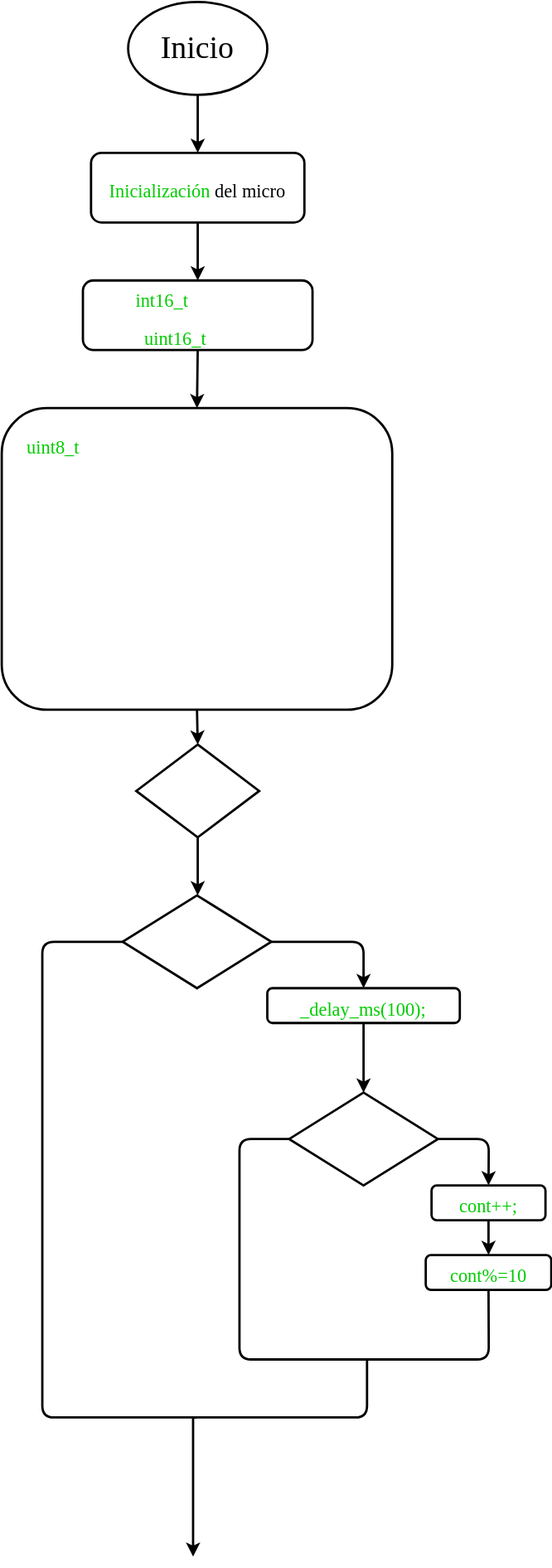
Kourii/tp4-kourii keeps this draw.io diagram as diagrama.drawio.svg. Above is the earlier version. Source tidied: cells renumbered, new cells last; positions are measured from the earlier drawing's top-left corner, leaving out a move shared by most shapes.
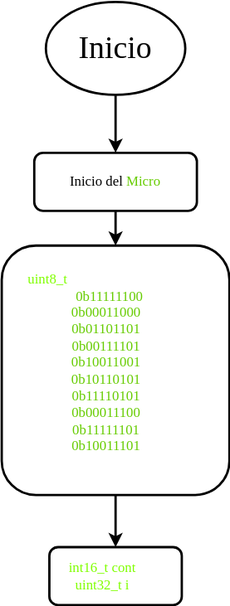
After the commit.

Diff of the diagram source:
```diff
@@ -2,123 +2,28 @@
   <root>
     <mxCell id="0" />
     <mxCell id="1" parent="0" />
-    <mxCell id="2" style="edgeStyle=none;html=1;exitX=0.5;exitY=1;exitDx=0;exitDy=0;entryX=0.5;entryY=0;entryDx=0;entryDy=0;fontFamily=Monocraft;fontSize=27;strokeWidth=2;" parent="1" edge="1" source="3" target="5">
-      <mxGeometry relative="1" as="geometry" />
+    <mxCell id="2" style="edgeStyle=none;html=1;exitX=0.5;exitY=1;exitDx=0;exitDy=0;entryX=0.5;entryY=0;entryDx=0;entryDy=0;fontFamily=Monocraft;fontSize=27;strokeWidth=2;labelBorderColor=none;" parent="1" edge="1" source="3">
+      <mxGeometry relative="1" as="geometry">
+        <mxPoint x="169" y="130" as="targetPoint" />
+      </mxGeometry>
     </mxCell>
-    <mxCell id="3" value="&lt;font style=&quot;font-size: 27px&quot; face=&quot;Monocraft&quot;&gt;Inicio&lt;/font&gt;" style="ellipse;whiteSpace=wrap;html=1;fillColor=default;strokeColor=default;gradientColor=none;strokeWidth=2;fontFamily=Monocraft;" parent="1" vertex="1">
+    <mxCell id="3" value="&lt;font style=&quot;font-size: 27px&quot; face=&quot;Monocraft&quot;&gt;Inicio&lt;/font&gt;" style="ellipse;whiteSpace=wrap;html=1;fillColor=default;strokeColor=default;gradientColor=none;strokeWidth=2;fontFamily=Monocraft;labelBorderColor=none;" parent="1" vertex="1">
       <mxGeometry x="109" width="120" height="80" as="geometry" />
     </mxCell>
-    <mxCell id="4" style="edgeStyle=none;html=1;exitX=0.5;exitY=1;exitDx=0;exitDy=0;fontFamily=Lucida Console;fontSize=16;fontColor=#00CC00;strokeWidth=2;" parent="1" edge="1" source="5">
-      <mxGeometry relative="1" as="geometry">
-        <mxPoint x="169" y="240" as="targetPoint" />
-      </mxGeometry>
-    </mxCell>
-    <mxCell id="5" value="&lt;font style=&quot;font-size: 16px&quot;&gt;&lt;font color=&quot;#00cc00&quot;&gt;Inicialización&lt;/font&gt; del micro&lt;/font&gt;" style="rounded=1;whiteSpace=wrap;html=1;fontFamily=Monocraft;fontSize=27;strokeColor=default;strokeWidth=2;fillColor=default;gradientColor=none;" parent="1" vertex="1">
-      <mxGeometry x="77" y="130" width="184" height="60" as="geometry" />
-    </mxCell>
-    <mxCell id="6" style="edgeStyle=none;html=1;exitX=0.5;exitY=1;exitDx=0;exitDy=0;entryX=0.5;entryY=0;entryDx=0;entryDy=0;fontFamily=Lucida Console;fontSize=16;fontColor=#FFFFFF;strokeWidth=2;" parent="1" edge="1" source="7" target="9">
-      <mxGeometry relative="1" as="geometry" />
-    </mxCell>
-    <mxCell id="7" value="&lt;span style=&quot;font-size: 16px&quot;&gt;&lt;font color=&quot;#00cc00&quot;&gt;int16_t &lt;/font&gt;&lt;font color=&quot;#ffffff&quot;&gt;cont = 0;&lt;br&gt;&lt;/font&gt;&lt;/span&gt;&lt;font color=&quot;#00cc00&quot; style=&quot;font-size: 16px&quot;&gt;uint16_t &lt;/font&gt;&lt;font style=&quot;font-size: 16px&quot; color=&quot;#ffffff&quot;&gt;i&lt;/font&gt;&lt;font color=&quot;#ffffff&quot; style=&quot;font-size: 16px&quot;&gt;&amp;nbsp;= 0;&lt;/font&gt;&lt;span style=&quot;font-size: 16px&quot;&gt;&lt;font color=&quot;#ffffff&quot;&gt;&lt;br&gt;&lt;/font&gt;&lt;/span&gt;" style="rounded=1;whiteSpace=wrap;html=1;fontFamily=Monocraft;fontSize=27;strokeColor=default;strokeWidth=2;fillColor=default;gradientColor=none;" parent="1" vertex="1">
-      <mxGeometry x="70" y="240" width="198" height="60" as="geometry" />
-    </mxCell>
-    <mxCell id="8" style="edgeStyle=none;html=1;exitX=0.5;exitY=1;exitDx=0;exitDy=0;entryX=0.5;entryY=0;entryDx=0;entryDy=0;fontFamily=Lucida Console;fontSize=16;fontColor=#CC6600;strokeWidth=2;" parent="1" edge="1" source="9" target="11">
-      <mxGeometry relative="1" as="geometry" />
-    </mxCell>
-    <mxCell id="9" value="&lt;font style=&quot;font-size: 16px&quot;&gt;&lt;div&gt;&lt;font color=&quot;#00cc00&quot;&gt;uint8_t &lt;/font&gt;&lt;font color=&quot;#ffffff&quot;&gt;Tabla_Digitos_7seg[] = {0b11111100,&lt;/font&gt;&lt;/div&gt;&lt;div&gt;&lt;font color=&quot;#ffffff&quot;&gt;&lt;span&gt;&#9;&#9;&#9;&#9;&#9;&#9;&#9;&#9;&lt;/span&gt;0b00011000,&lt;/font&gt;&lt;/div&gt;&lt;div&gt;&lt;font color=&quot;#ffffff&quot;&gt;&lt;span&gt;&#9;&#9;&#9;&#9;&#9;&#9;&#9;&#9;&lt;/span&gt;0b01101101,&lt;/font&gt;&lt;/div&gt;&lt;div&gt;&lt;font color=&quot;#ffffff&quot;&gt;&lt;span&gt;&#9;&#9;&#9;&#9;&#9;&#9;&#9;&#9;&lt;/span&gt;0b00111101,&lt;/font&gt;&lt;/div&gt;&lt;div&gt;&lt;font color=&quot;#ffffff&quot;&gt;&lt;span&gt;&#9;&#9;&#9;&#9;&#9;&#9;&#9;&#9;&lt;/span&gt;0b10011001,&lt;/font&gt;&lt;/div&gt;&lt;div&gt;&lt;font color=&quot;#ffffff&quot;&gt;&lt;span&gt;&#9;&#9;&#9;&#9;&#9;&#9;&#9;&#9;&lt;/span&gt;0b10110101,&lt;/font&gt;&lt;/div&gt;&lt;div&gt;&lt;font color=&quot;#ffffff&quot;&gt;&lt;span&gt;&#9;&#9;&#9;&#9;&#9;&#9;&#9;&#9;&lt;/span&gt;0b11110101,&lt;/font&gt;&lt;/div&gt;&lt;div&gt;&lt;font color=&quot;#ffffff&quot;&gt;&lt;span&gt;&#9;&#9;&#9;&#9;&#9;&#9;&#9;&#9;&lt;/span&gt;0b00011100,&lt;/font&gt;&lt;/div&gt;&lt;div&gt;&lt;font color=&quot;#ffffff&quot;&gt;&lt;span&gt;&#9;&#9;&#9;&#9;&#9;&#9;&#9;&#9;&lt;/span&gt;0b11111101,&lt;/font&gt;&lt;/div&gt;&lt;div&gt;&lt;font color=&quot;#ffffff&quot;&gt;&lt;span&gt;&#9;&#9;&#9;&#9;&#9;&#9;&#9;&#9;&lt;/span&gt;0b10011101&amp;nbsp;&lt;/font&gt;&lt;/div&gt;&lt;div&gt;&#9;&#9;&#9;&#9;&#9;&#9;&#9;&#9;&lt;font color=&quot;#ffffff&quot;&gt;};&lt;/font&gt;&lt;/div&gt;&lt;/font&gt;" style="rounded=1;whiteSpace=wrap;html=1;fontFamily=Monocraft;fontSize=27;strokeColor=default;strokeWidth=2;fillColor=default;gradientColor=none;" parent="1" vertex="1">
-      <mxGeometry y="350" width="336.8" height="260" as="geometry" />
-    </mxCell>
-    <mxCell id="10" style="edgeStyle=none;html=1;exitX=0.5;exitY=1;exitDx=0;exitDy=0;fontFamily=Lucida Console;fontSize=16;fontColor=#CC6600;strokeWidth=2;" parent="1" edge="1" source="11">
-      <mxGeometry relative="1" as="geometry">
-        <mxPoint x="169" y="770" as="targetPoint" />
-      </mxGeometry>
-    </mxCell>
-    <mxCell id="11" style="rhombus;whiteSpace=wrap;html=1;labelBackgroundColor=#4D4D4D;fontFamily=Lucida Console;fontSize=16;fontColor=#CC6600;strokeColor=default;strokeWidth=2;fillColor=default;gradientColor=none;" parent="1" vertex="1">
-      <mxGeometry x="116" y="640" width="106" height="80" as="geometry" />
-    </mxCell>
-    <mxCell id="12" style="edgeStyle=none;html=1;exitX=1;exitY=0.5;exitDx=0;exitDy=0;entryX=0.5;entryY=0;entryDx=0;entryDy=0;fontFamily=Monocraft;fontSize=16;fontColor=#FFFFFF;strokeWidth=2;" parent="1" edge="1" source="15" target="17">
-      <mxGeometry relative="1" as="geometry">
-        <Array as="points">
-          <mxPoint x="312" y="810" />
-        </Array>
-      </mxGeometry>
-    </mxCell>
-    <mxCell id="13" style="edgeStyle=none;html=1;exitX=0;exitY=0.5;exitDx=0;exitDy=0;fontFamily=Monocraft;fontSize=16;fontColor=#FFFFFF;strokeWidth=2;entryX=0.5;entryY=0;entryDx=0;entryDy=0;strokeColor=none;" parent="1" edge="1" source="15" target="20">
-      <mxGeometry relative="1" as="geometry">
-        <Array as="points">
-          <mxPoint x="25" y="810" />
-          <mxPoint x="25" y="940" />
-        </Array>
-      </mxGeometry>
-    </mxCell>
-    <mxCell id="14" style="edgeStyle=none;html=1;exitX=0;exitY=0.5;exitDx=0;exitDy=0;fontFamily=Monocraft;fontSize=16;fontColor=#FFFFFF;endArrow=none;endFill=0;strokeColor=default;strokeWidth=2;" parent="1" edge="1" source="15">
-      <mxGeometry relative="1" as="geometry">
-        <mxPoint x="168" y="1220" as="targetPoint" />
-        <Array as="points">
-          <mxPoint x="35" y="810" />
-          <mxPoint x="35" y="1220" />
-        </Array>
-      </mxGeometry>
-    </mxCell>
-    <mxCell id="15" value="bot1 == 0" style="rhombus;whiteSpace=wrap;html=1;labelBackgroundColor=none;fontFamily=Monocraft;fontSize=16;fontColor=#FFFFFF;strokeColor=default;strokeWidth=2;fillColor=default;gradientColor=none;" parent="1" vertex="1">
-      <mxGeometry x="104.2" y="770" width="128.2" height="80" as="geometry" />
-    </mxCell>
-    <mxCell id="16" style="edgeStyle=none;html=1;exitX=0.5;exitY=1;exitDx=0;exitDy=0;entryX=0.5;entryY=0;entryDx=0;entryDy=0;fontFamily=Monocraft;fontSize=16;fontColor=#FFFFFF;strokeWidth=2;" parent="1" edge="1" source="17" target="20">
-      <mxGeometry relative="1" as="geometry" />
-    </mxCell>
-    <mxCell id="17" value="&lt;font color=&quot;#00cc00&quot;&gt;&lt;span style=&quot;font-size: 16px&quot;&gt;_delay_ms(100);&lt;/span&gt;&lt;/font&gt;" style="rounded=1;whiteSpace=wrap;html=1;fontFamily=Monocraft;fontSize=27;strokeColor=default;strokeWidth=2;fillColor=default;gradientColor=none;" parent="1" vertex="1">
-      <mxGeometry x="229" y="850" width="166" height="30" as="geometry" />
-    </mxCell>
-    <mxCell id="18" style="edgeStyle=none;html=1;exitX=1;exitY=0.5;exitDx=0;exitDy=0;entryX=0.5;entryY=0;entryDx=0;entryDy=0;fontFamily=Monocraft;fontSize=16;fontColor=#FFFFFF;endArrow=classic;endFill=1;strokeColor=default;strokeWidth=2;" parent="1" edge="1" source="20" target="22">
-      <mxGeometry relative="1" as="geometry">
-        <Array as="points">
-          <mxPoint x="420" y="980" />
-        </Array>
-      </mxGeometry>
-    </mxCell>
-    <mxCell id="19" style="edgeStyle=none;html=1;exitX=0;exitY=0.5;exitDx=0;exitDy=0;fontFamily=Monocraft;fontSize=16;fontColor=#FFFFFF;endArrow=none;endFill=0;strokeColor=default;strokeWidth=2;" parent="1" edge="1" source="20">
-      <mxGeometry relative="1" as="geometry">
-        <mxPoint x="395" y="1170" as="targetPoint" />
-        <Array as="points">
-          <mxPoint x="205" y="980" />
-          <mxPoint x="205" y="1170" />
-        </Array>
-      </mxGeometry>
-    </mxCell>
-    <mxCell id="20" value="bot1 == 0" style="rhombus;whiteSpace=wrap;html=1;labelBackgroundColor=none;fontFamily=Monocraft;fontSize=16;fontColor=#FFFFFF;strokeColor=default;strokeWidth=2;fillColor=default;gradientColor=none;" parent="1" vertex="1">
-      <mxGeometry x="247.9" y="940" width="128.2" height="80" as="geometry" />
-    </mxCell>
-    <mxCell id="21" style="edgeStyle=none;html=1;exitX=0.5;exitY=1;exitDx=0;exitDy=0;entryX=0.5;entryY=0;entryDx=0;entryDy=0;fontFamily=Monocraft;fontSize=16;fontColor=#FFFFFF;endArrow=classic;endFill=1;strokeColor=default;strokeWidth=2;" parent="1" edge="1" source="22" target="24">
-      <mxGeometry relative="1" as="geometry" />
-    </mxCell>
-    <mxCell id="22" value="&lt;font color=&quot;#00cc00&quot;&gt;&lt;span style=&quot;font-size: 16px&quot;&gt;cont++;&lt;/span&gt;&lt;/font&gt;" style="rounded=1;whiteSpace=wrap;html=1;fontFamily=Monocraft;fontSize=27;strokeColor=default;strokeWidth=2;fillColor=default;gradientColor=none;" parent="1" vertex="1">
-      <mxGeometry x="370.6" y="1020" width="98.2" height="30" as="geometry" />
-    </mxCell>
-    <mxCell id="23" style="edgeStyle=none;html=1;exitX=0.5;exitY=1;exitDx=0;exitDy=0;fontFamily=Monocraft;fontSize=16;fontColor=#FFFFFF;endArrow=none;endFill=0;strokeColor=default;strokeWidth=2;" parent="1" edge="1" source="24">
-      <mxGeometry relative="1" as="geometry">
-        <mxPoint x="315" y="1170" as="targetPoint" />
-        <Array as="points">
-          <mxPoint x="420" y="1170" />
-        </Array>
-      </mxGeometry>
-    </mxCell>
-    <mxCell id="24" value="&lt;font color=&quot;#00cc00&quot;&gt;&lt;span style=&quot;font-size: 16px&quot;&gt;cont%=10&lt;/span&gt;&lt;/font&gt;" style="rounded=1;whiteSpace=wrap;html=1;fontFamily=Monocraft;fontSize=27;strokeColor=default;strokeWidth=2;fillColor=default;gradientColor=none;" parent="1" vertex="1">
-      <mxGeometry x="365.6" y="1080" width="108.2" height="30" as="geometry" />
-    </mxCell>
-    <mxCell id="25" style="endArrow=none;html=1;fontFamily=Monocraft;fontSize=16;fontColor=#FFFFFF;strokeColor=default;strokeWidth=2;endFill=0;" parent="1" edge="1">
-      <mxGeometry relative="1" as="geometry">
-        <mxPoint x="315" y="1170" as="sourcePoint" />
-        <mxPoint x="165" y="1220" as="targetPoint" />
-        <Array as="points">
-          <mxPoint x="315" y="1220" />
-        </Array>
-      </mxGeometry>
-    </mxCell>
-    <mxCell id="26" style="endArrow=classic;html=1;fontFamily=Monocraft;fontSize=16;fontColor=#FFFFFF;strokeColor=default;strokeWidth=2;" parent="1" edge="1">
-      <mxGeometry relative="1" as="geometry">
-        <mxPoint x="165" y="1220" as="sourcePoint" />
-        <mxPoint x="165" y="1340" as="targetPoint" />
-      </mxGeometry>
-    </mxCell>
+    <mxCell id="27" style="edgeStyle=orthogonalEdgeStyle;rounded=0;jettySize=auto;html=1;exitX=0.5;exitY=1;exitDx=0;exitDy=0;fontFamily=Verdana;fontColor=#66CC00;labelBorderColor=none;strokeWidth=2;" parent="1" edge="1" source="28" target="30">
+      <mxGeometry relative="1" as="geometry" />
+    </mxCell>
+    <mxCell id="28" value="Inicio del &lt;font color=&quot;#66cc00&quot;&gt;Micro&lt;/font&gt;" style="rounded=1;whiteSpace=wrap;html=1;fontFamily=Verdana;labelBorderColor=none;strokeWidth=2;" parent="1" vertex="1">
+      <mxGeometry x="99" y="130" width="140" height="50" as="geometry" />
+    </mxCell>
+    <mxCell id="29" style="edgeStyle=orthogonalEdgeStyle;rounded=0;jettySize=auto;html=1;exitX=0.5;exitY=1;exitDx=0;exitDy=0;labelBorderColor=none;strokeWidth=2;fontFamily=Verdana;fontColor=#80FF00;" parent="1" edge="1" source="30" target="31">
+      <mxGeometry relative="1" as="geometry" />
+    </mxCell>
+    <mxCell id="30" value="&lt;div&gt;&lt;font color=&quot;#80ff00&quot;&gt;uint8_t&lt;/font&gt;&lt;font color=&quot;#ffffff&quot;&gt; Tabla_Digitos_7seg[] = {&lt;/font&gt;0b11111100&lt;font color=&quot;#ffffff&quot;&gt;,//0&lt;span style=&quot;&quot;&gt;&#9;&lt;/span&gt;&lt;/font&gt;&lt;/div&gt;&lt;div&gt;&#9;&#9;&#9;&#9;&#9;&#9;&#9;&#9;0b00011000&lt;font color=&quot;#ffffff&quot;&gt;,//1&lt;span style=&quot;&quot;&gt;&#9;&lt;/span&gt;&lt;/font&gt;&lt;/div&gt;&lt;div&gt;&#9;&#9;&#9;&#9;&#9;&#9;&#9;&#9;0b01101101&lt;font color=&quot;#ffffff&quot;&gt;,//2&lt;span style=&quot;&quot;&gt;&#9;&lt;/span&gt;&lt;/font&gt;&lt;/div&gt;&lt;div&gt;&#9;&#9;&#9;&#9;&#9;&#9;&#9;&#9;0b00111101&lt;font color=&quot;#ffffff&quot;&gt;,//3&lt;span style=&quot;&quot;&gt;&#9;&lt;/span&gt;&lt;/font&gt;&lt;/div&gt;&lt;div&gt;&#9;&#9;&#9;&#9;&#9;&#9;&#9;&#9;0b10011001&lt;font color=&quot;#ffffff&quot;&gt;,//4&lt;span style=&quot;&quot;&gt;&#9;&lt;/span&gt;&lt;/font&gt;&lt;/div&gt;&lt;div&gt;&#9;&#9;&#9;&#9;&#9;&#9;&#9;&#9;0b10110101&lt;font color=&quot;#ffffff&quot;&gt;,//5&lt;span style=&quot;&quot;&gt;&#9;&lt;/span&gt;&lt;/font&gt;&lt;/div&gt;&lt;div&gt;&#9;&#9;&#9;&#9;&#9;&#9;&#9;&#9;0b11110101&lt;font color=&quot;#ffffff&quot;&gt;,//6&lt;span style=&quot;&quot;&gt;&#9;&lt;/span&gt;&lt;/font&gt;&lt;/div&gt;&lt;div&gt;&#9;&#9;&#9;&#9;&#9;&#9;&#9;&#9;0b00011100&lt;font color=&quot;#ffffff&quot;&gt;,//7&lt;span style=&quot;&quot;&gt;&#9;&lt;/span&gt;&lt;/font&gt;&lt;/div&gt;&lt;div&gt;&#9;&#9;&#9;&#9;&#9;&#9;&#9;&#9;0b11111101&lt;font color=&quot;#ffffff&quot;&gt;,//8&lt;span style=&quot;&quot;&gt;&#9;&lt;/span&gt;&lt;/font&gt;&lt;/div&gt;&lt;div&gt;&#9;&#9;&#9;&#9;&#9;&#9;&#9;&#9;0b10011101&lt;font color=&quot;#ffffff&quot;&gt; //9&lt;span style=&quot;&quot;&gt;&#9;&lt;/span&gt;&lt;/font&gt;&lt;/div&gt;&lt;div&gt;&lt;font color=&quot;#ffffff&quot;&gt;&lt;span style=&quot;&quot;&gt;&#9;&#9;&#9;&#9;&#9;&#9;&#9;&#9;&lt;/span&gt;};&lt;/font&gt;&lt;/div&gt;" style="rounded=1;whiteSpace=wrap;html=1;fontFamily=Verdana;fontColor=#66CC00;labelBorderColor=none;strokeWidth=2;" parent="1" vertex="1">
+      <mxGeometry x="71" y="210" width="196" height="215" as="geometry" />
+    </mxCell>
+    <mxCell id="31" value="&lt;div&gt;&lt;font color=&quot;#80ff00&quot;&gt;int16_t cont &lt;/font&gt;&lt;font color=&quot;#ffffff&quot;&gt;= 0;&lt;/font&gt;&lt;/div&gt;&lt;div&gt;&lt;font color=&quot;#80ff00&quot;&gt;uint32_t i &lt;/font&gt;&lt;font color=&quot;#ffffff&quot;&gt;= 0;&lt;/font&gt;&lt;/div&gt;" style="rounded=1;whiteSpace=wrap;html=1;fontFamily=Verdana;fontColor=#66CC00;labelBorderColor=none;strokeWidth=2;" parent="1" vertex="1">
+      <mxGeometry x="112" y="470" width="114" height="50" as="geometry" />
+    </mxCell>
   </root>
 </mxGraphModel>
```
